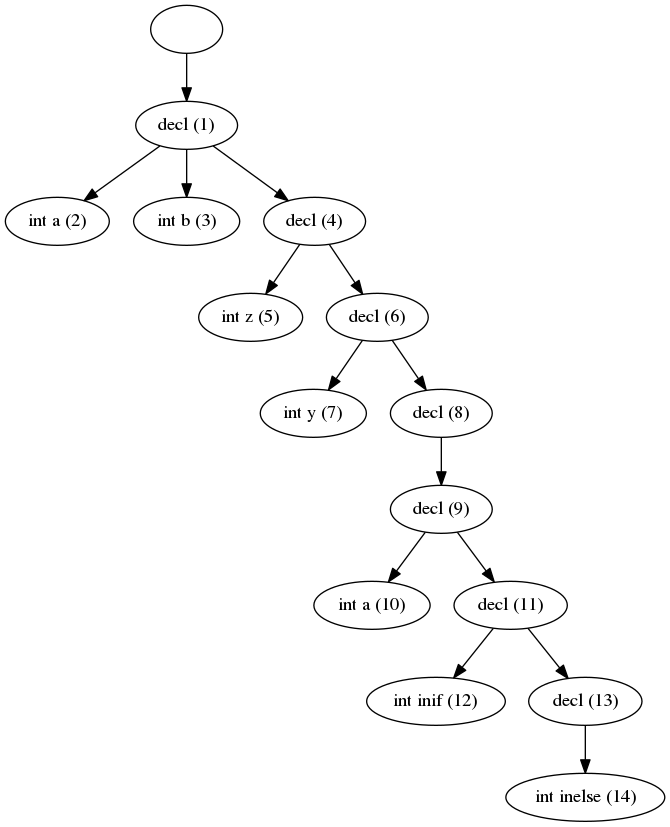
Before: ast.png, a diagram exported from Graphviz (vinayak-awanti/MiniC-Compiler). Its source is kept beside it as ast.dot.
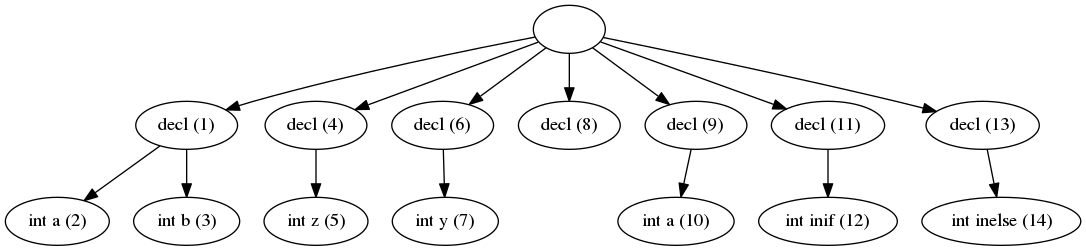
The same file after the commit.

Diff of the diagram source:
```diff
@@ -1,16 +1,16 @@
 digraph ast {
-"" -> "decl (1)";
-"decl (1)" -> "int a (2)";
-"decl (1)" -> "int b (3)";
-"decl (1)" -> "decl (4)";
-"decl (4)" -> "int z (5)";
-"decl (4)" -> "decl (6)";
-"decl (6)" -> "int y (7)";
-"decl (6)" -> "decl (8)";
-"decl (8)" -> "decl (9)";
-"decl (9)" -> "int a (10)";
-"decl (9)" -> "decl (11)";
-"decl (11)" -> "int inif (12)";
-"decl (11)" -> "decl (13)";
-"decl (13)" -> "int inelse (14)";
+	"" -> "decl (1)";
+	"decl (1)" -> "int a (2)";
+	"decl (1)" -> "int b (3)";
+	"" -> "decl (4)";
+	"decl (4)" -> "int z (5)";
+	"" -> "decl (6)";
+	"decl (6)" -> "int y (7)";
+	"" -> "decl (8)";
+	"" -> "decl (9)";
+	"decl (9)" -> "int a (10)";
+	"" -> "decl (11)";
+	"decl (11)" -> "int inif (12)";
+	"" -> "decl (13)";
+	"decl (13)" -> "int inelse (14)";
 }
```
